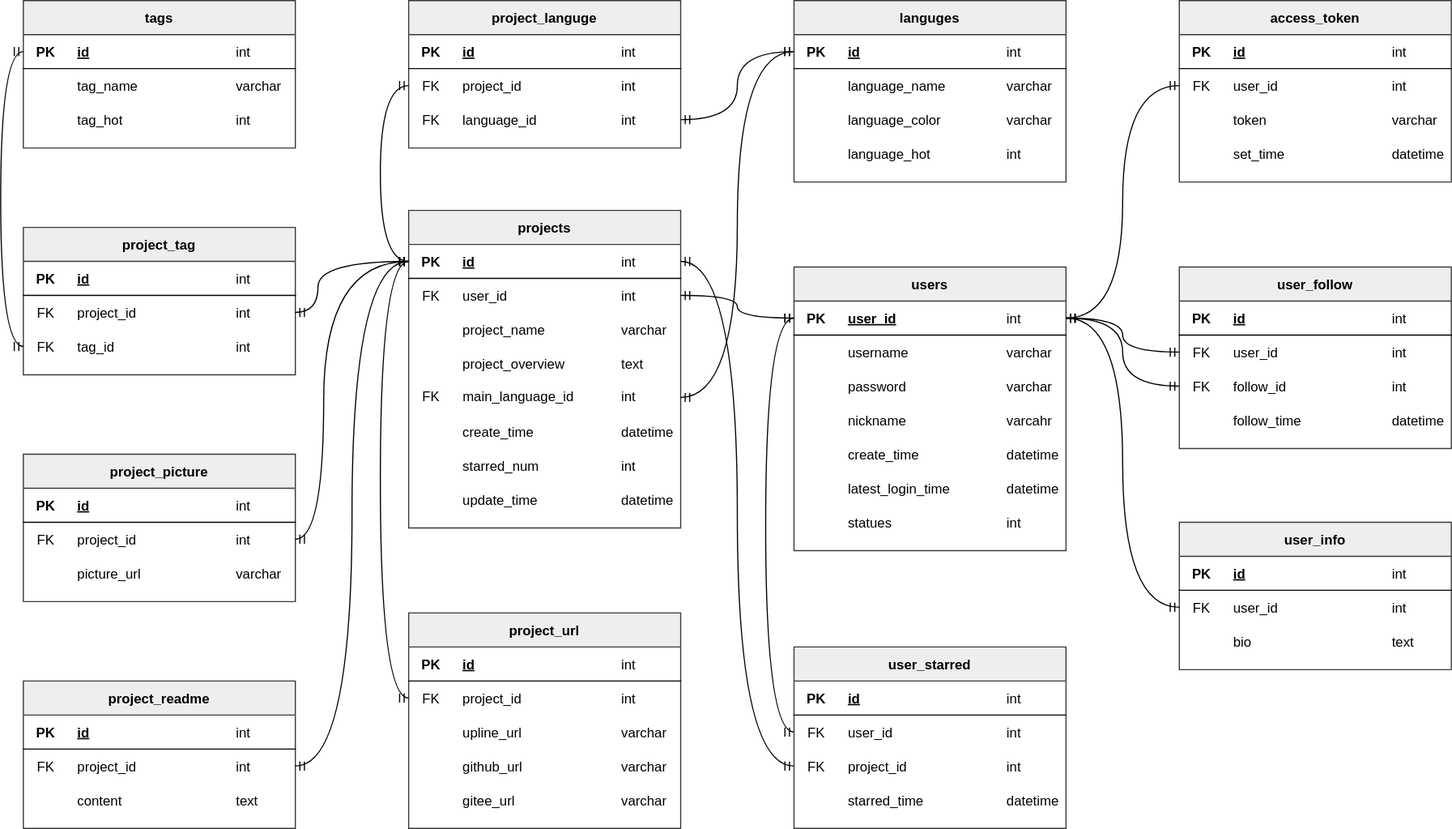
Earlier version of the draw.io export E-RDiagram.svg (zhouxusoft/ProjectDisplayPlatform). Source tidied: cells renumbered, new cells last; positions are measured from the earlier drawing's top-left corner, leaving out a move shared by most shapes.
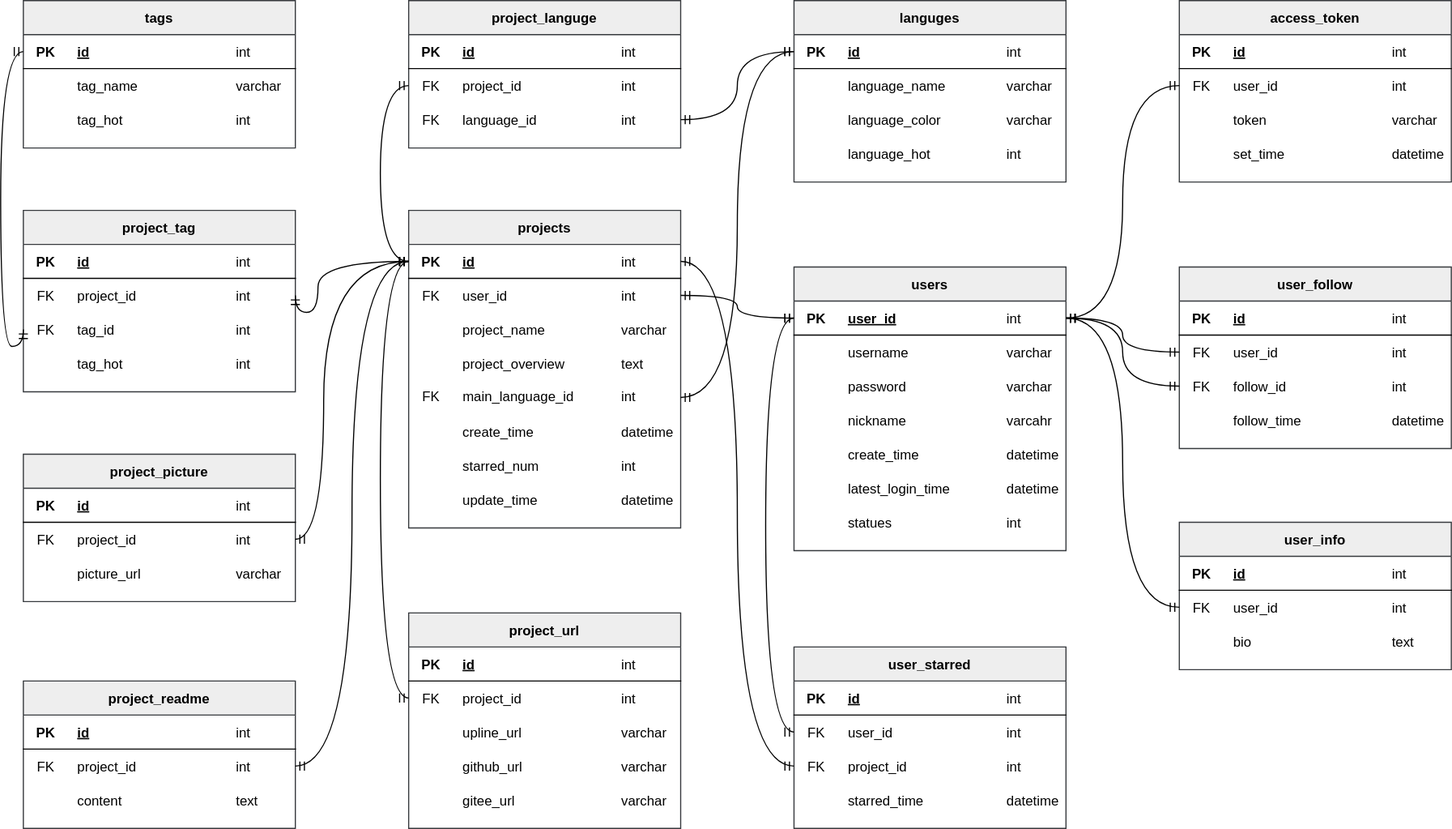
After the change.

The edit, as a diff of the source:
```diff
@@ -192,7 +192,7 @@
       <mxGeometry x="180" width="60" height="30" as="geometry" />
     </mxCell>
     <mxCell id="65" value="project_tag" style="shape=table;startSize=30;rowLines=0;fontStyle=1;align=center;shadow=0;rounded=0;swimlaneLine=1;columnLines=0;labelBorderColor=none;bottom=1;left=1;right=1;fillStyle=auto;fillColor=#eeeeee;strokeColor=#36393d;" parent="1" vertex="1">
-      <mxGeometry x="20" y="200" width="240" height="130" as="geometry" />
+      <mxGeometry x="20" y="185" width="240" height="160" as="geometry" />
     </mxCell>
     <mxCell id="66" style="shape=partialRectangle;fillColor=none;top=0;left=0;right=0;bottom=1;" parent="65" vertex="1">
       <mxGeometry y="30" width="240" height="30" as="geometry" />
@@ -230,6 +230,18 @@
     <mxCell id="77" value="int" style="shape=partialRectangle;overflow=hidden;fillColor=none;top=0;left=0;bottom=0;right=0;align=left;spacingLeft=6;" parent="74" vertex="1">
       <mxGeometry x="180" width="60" height="30" as="geometry" />
     </mxCell>
+    <mxCell id="246" style="shape=partialRectangle;fillColor=none;top=0;left=0;right=0;bottom=0;" parent="65" vertex="1">
+      <mxGeometry y="120" width="240" height="30" as="geometry" />
+    </mxCell>
+    <mxCell id="247" style="shape=partialRectangle;overflow=hidden;fillColor=none;top=0;left=0;bottom=0;right=0;" parent="246" vertex="1">
+      <mxGeometry width="40" height="30" as="geometry" />
+    </mxCell>
+    <mxCell id="248" value="tag_hot" style="shape=partialRectangle;overflow=hidden;fillColor=none;top=0;left=0;bottom=0;right=0;align=left;spacingLeft=6;" parent="246" vertex="1">
+      <mxGeometry x="40" width="140" height="30" as="geometry" />
+    </mxCell>
+    <mxCell id="249" value="int" style="shape=partialRectangle;overflow=hidden;fillColor=none;top=0;left=0;bottom=0;right=0;align=left;spacingLeft=6;" parent="246" vertex="1">
+      <mxGeometry x="180" width="60" height="30" as="geometry" />
+    </mxCell>
     <mxCell id="78" value="project_languge" style="shape=table;startSize=30;rowLines=0;fontStyle=1;align=center;shadow=0;rounded=0;swimlaneLine=1;columnLines=0;labelBorderColor=none;bottom=1;left=1;right=1;fillStyle=auto;fillColor=#eeeeee;strokeColor=#36393d;" parent="1" vertex="1">
       <mxGeometry x="360" width="240" height="130" as="geometry" />
     </mxCell>
```
